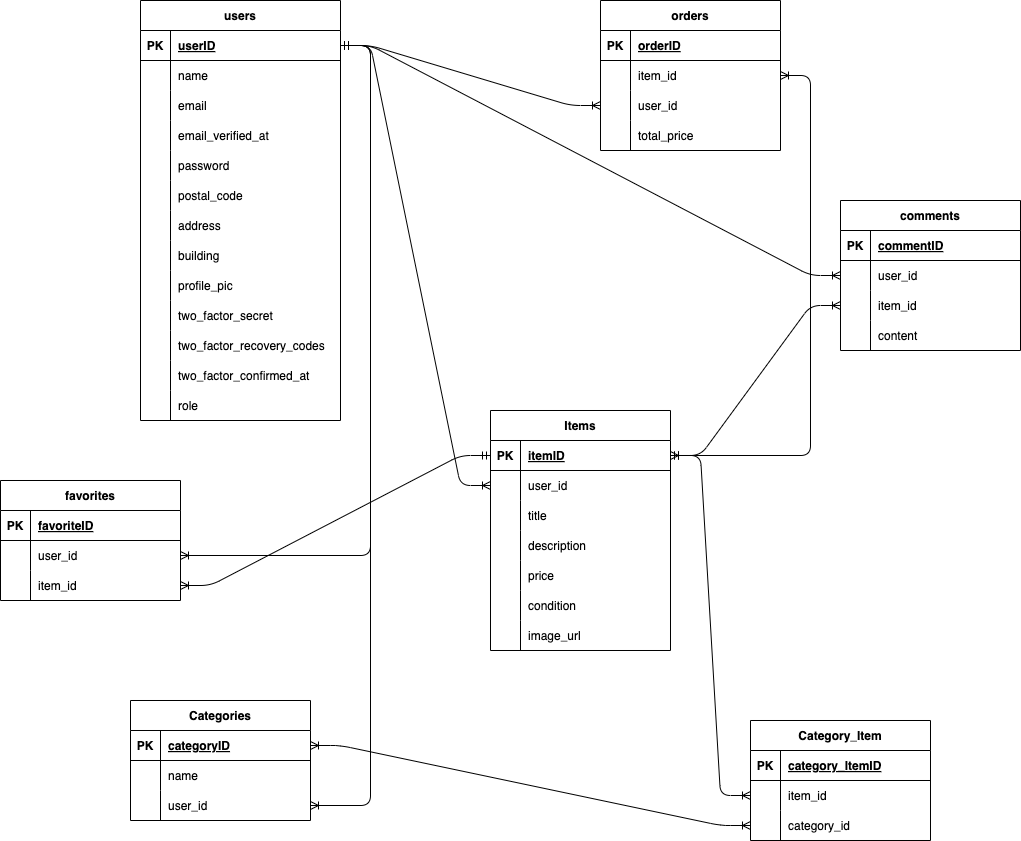
Above: src/index.drawio.png in yanagimuneyoshi/furima (draw.io), before the change. Source tidied: cells renumbered, new cells last; positions are measured from the earlier drawing's top-left corner, leaving out a move shared by most shapes.
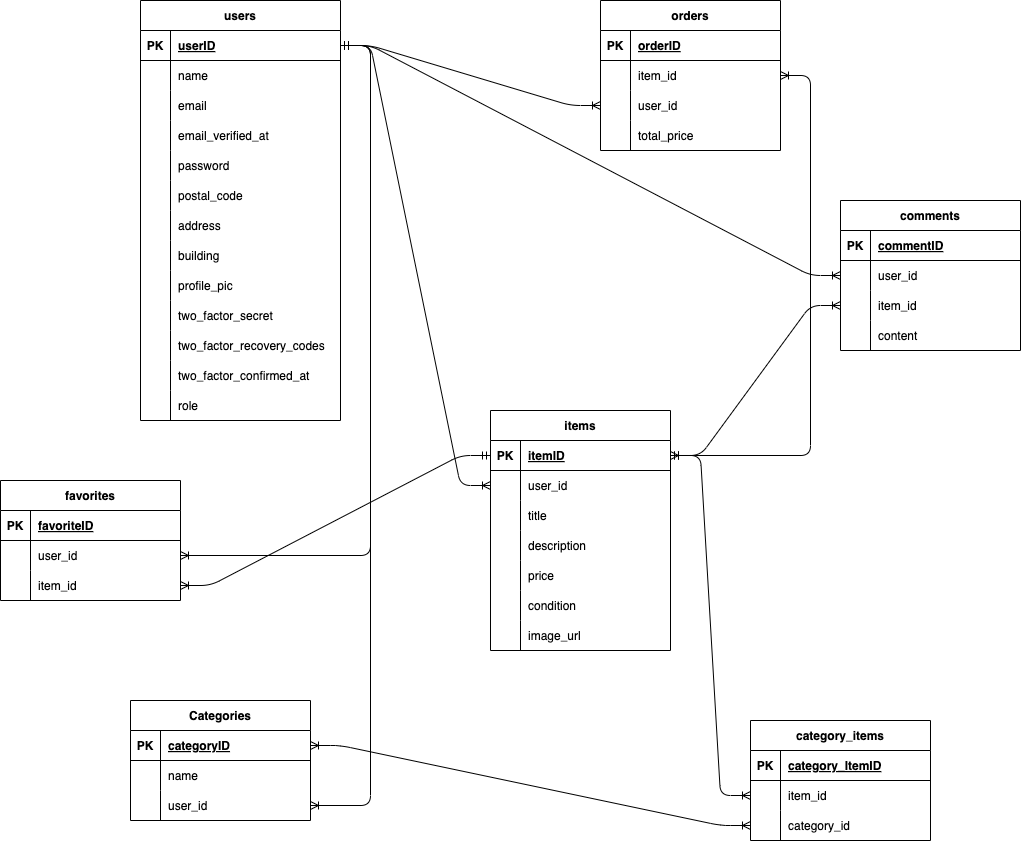
The same diagram one commit later.

Commit message:
ER図、config.ymlの修正

Change to the diagram source:
```diff
@@ -161,7 +161,7 @@
     <mxCell id="54" value="total_price" style="shape=partialRectangle;fillColor=none;top=0;left=0;bottom=0;right=0;align=left;spacingLeft=6;overflow=hidden;" parent="52" vertex="1">
       <mxGeometry x="30" width="150" height="30" as="geometry" />
     </mxCell>
-    <mxCell id="55" value="Items" style="shape=table;startSize=30;rowLines=0;fontStyle=1;align=center;" parent="1" vertex="1">
+    <mxCell id="55" value="items" style="shape=table;startSize=30;rowLines=0;fontStyle=1;align=center;" parent="1" vertex="1">
       <mxGeometry x="490" y="410" width="180" height="240" as="geometry" />
     </mxCell>
     <mxCell id="56" style="shape=tableRow;horizontal=0;startSize=0;swimlaneHead=0;swimlaneBody=0;fillColor=none;points=[[0,0.5],[1,0.5]];portConstraint=eastwest;top=0;left=0;right=0;bottom=1;" parent="55" vertex="1">
@@ -326,7 +326,7 @@
     <mxCell id="109" value="user_id" style="shape=partialRectangle;fillColor=none;top=0;left=0;bottom=0;right=0;align=left;spacingLeft=6;overflow=hidden;" parent="107" vertex="1">
       <mxGeometry x="30" width="150" height="30" as="geometry" />
     </mxCell>
-    <mxCell id="110" value="Category_Item" style="shape=table;startSize=30;rowLines=0;fontStyle=1;align=center;" parent="1" vertex="1">
+    <mxCell id="110" value="category_items" style="shape=table;startSize=30;rowLines=0;fontStyle=1;align=center;" parent="1" vertex="1">
       <mxGeometry x="750" y="720" width="180" height="120" as="geometry" />
     </mxCell>
     <mxCell id="111" style="shape=tableRow;horizontal=0;startSize=0;swimlaneHead=0;swimlaneBody=0;fillColor=none;top=0;left=0;right=0;bottom=1;" parent="110" vertex="1">
```
